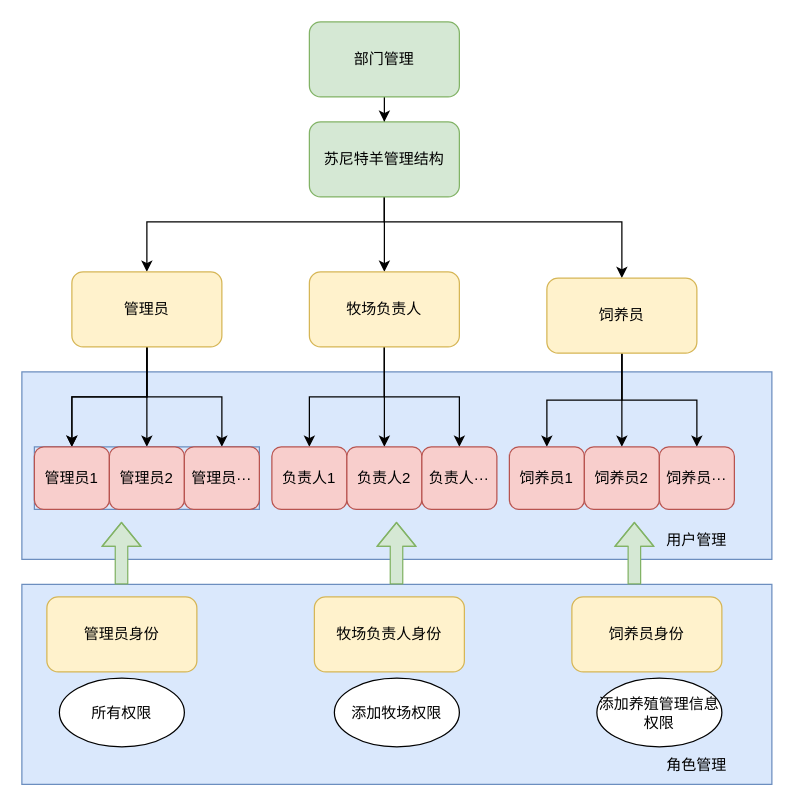
Earlier version of the draw.io diagram draw/snty_系统管理.drawio (guotiantain/picture). Source tidied: cells renumbered, new cells numbered last; positions are measured from the earlier drawing's top-left corner, leaving out a move shared by most shapes. Both pictures are drawn from the tidied source at 125%, with x=0, y=0 at pixel (21, 21).
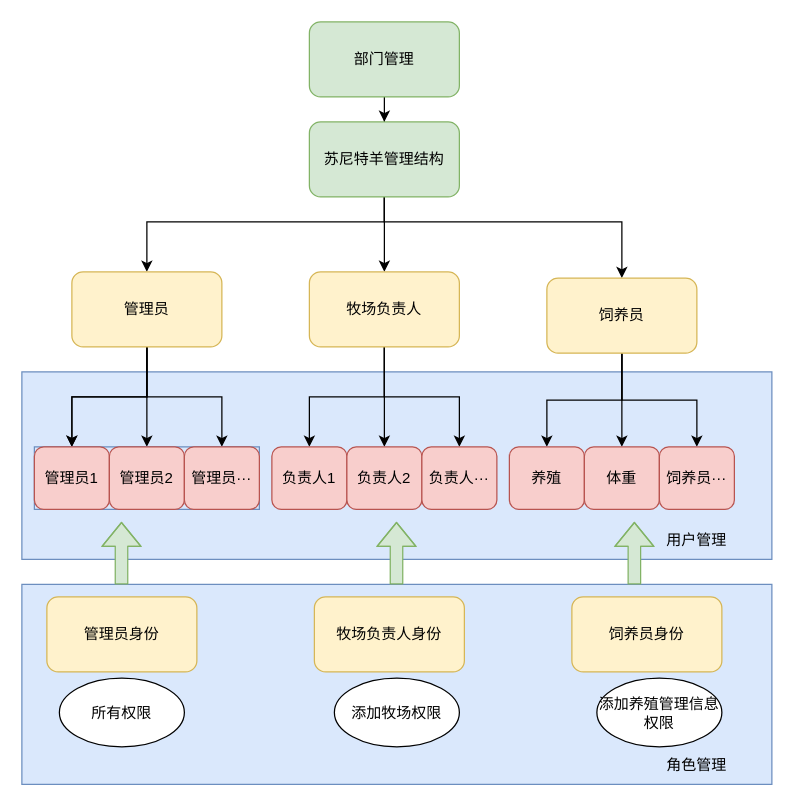
After the change.

Commit message:
更新snty_系统管理.drawio

The change refers to these unchanged cells:
```xml
<mxCell id="30" style="group;" parent="1" vertex="1">
  <mxGeometry x="390" y="340" width="180" height="50" as="geometry" />
</mxCell>
```

What changed in the source:
```diff
@@
-    <mxCell id="31" value="饲养员1" style="whiteSpace=wrap;html=1;rounded=1;fillColor=#f8cecc;strokeColor=#b85450;" parent="30" vertex="1">
+    <mxCell id="31" value="养殖" style="whiteSpace=wrap;html=1;rounded=1;fillColor=#f8cecc;strokeColor=#b85450;" parent="30" vertex="1">
       <mxGeometry width="60" height="50" as="geometry" />
     </mxCell>
-    <mxCell id="32" value="饲养员2" style="whiteSpace=wrap;html=1;rounded=1;fillColor=#f8cecc;strokeColor=#b85450;" parent="30" vertex="1">
+    <mxCell id="32" value="体重" style="whiteSpace=wrap;html=1;rounded=1;fillColor=#f8cecc;strokeColor=#b85450;" parent="30" vertex="1">
       <mxGeometry x="60" width="60" height="50" as="geometry" />
     </mxCell>
```
